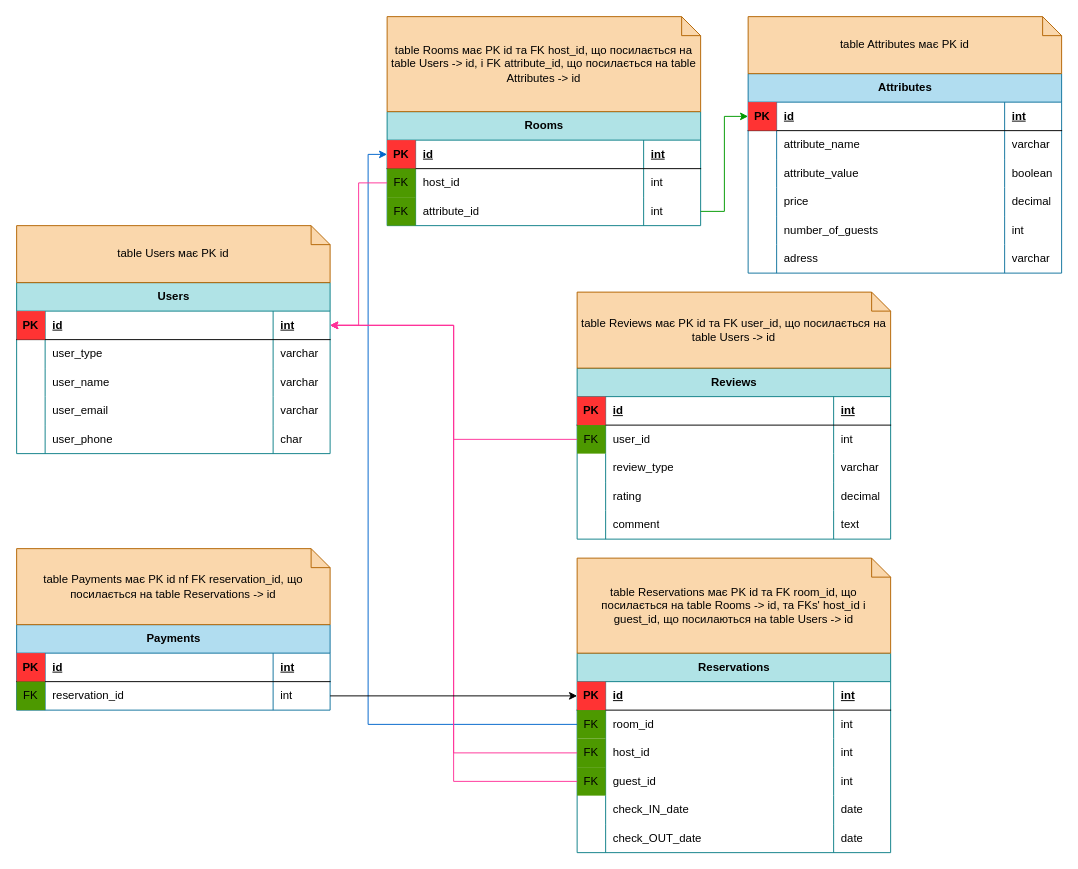
Olha-Zhernosek/projector_homeworks keeps this draw.io diagram as airbnb_diagram.drawio. Above is the earlier version. Source tidied: cells renumbered, new cells numbered last; positions are measured from the earlier drawing's top-left corner, leaving out a move shared by most shapes. Both pictures are drawn from the tidied source at 95%, with x=0, y=0 at pixel (16, 16).
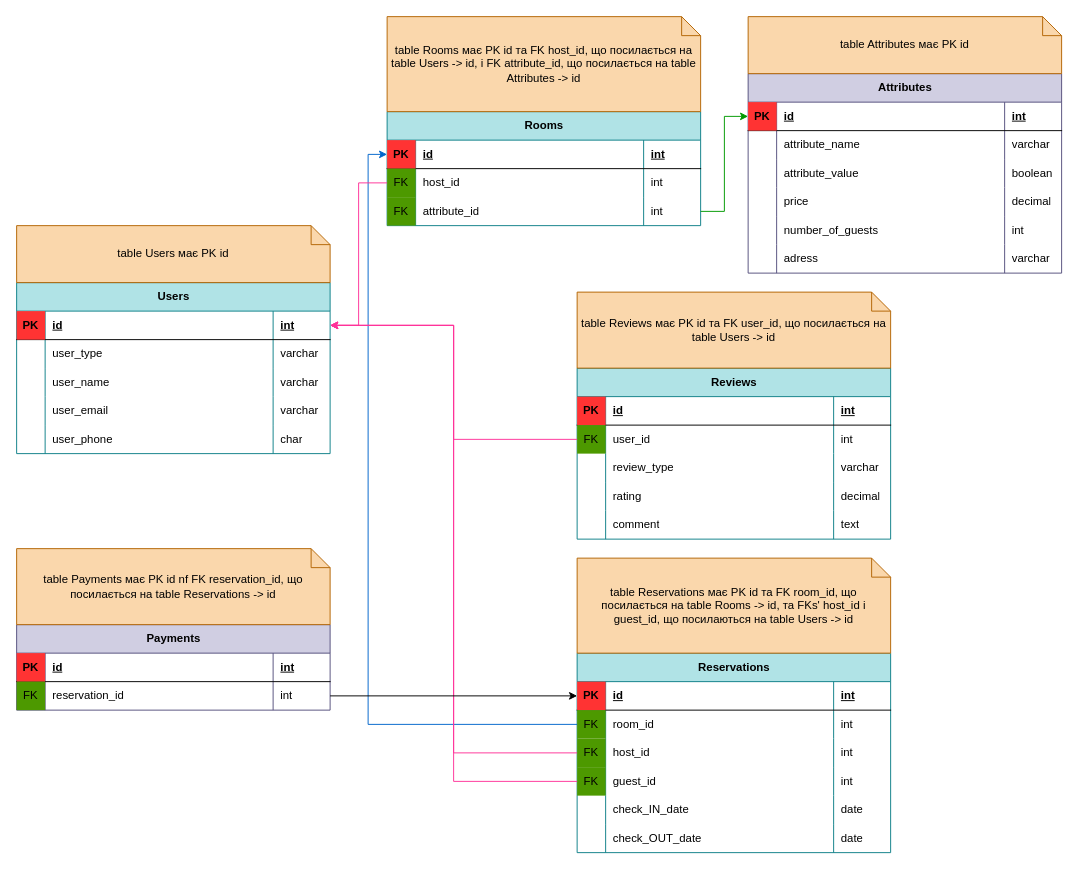
Above is the later version.

Diff of the diagram source:
```diff
@@
-    <mxCell id="82" value="Attributes" style="shape=table;startSize=30;childLayout=tableLayout;rowLines=0;fontStyle=1;align=center;html=1;fillColor=#b1ddf0;strokeColor=#10739e;" parent="1" vertex="1">
+    <mxCell id="82" value="Attributes" style="shape=table;startSize=30;childLayout=tableLayout;rowLines=0;fontStyle=1;align=center;html=1;fillColor=#d0cee2;strokeColor=#56517e;" parent="1" vertex="1">
       <mxGeometry x="770" y="60" width="330" height="210" as="geometry" />
     </mxCell>
@@
-    <mxCell id="113" value="Payments" style="shape=table;startSize=30;childLayout=tableLayout;rowLines=0;fontStyle=1;align=center;html=1;fillColor=#b1ddf0;strokeColor=#10739e;" parent="1" vertex="1">
+    <mxCell id="113" value="Payments" style="shape=table;startSize=30;childLayout=tableLayout;rowLines=0;fontStyle=1;align=center;html=1;fillColor=#d0cee2;strokeColor=#56517e;" parent="1" vertex="1">
       <mxGeometry y="640" width="330" height="90" as="geometry" />
     </mxCell>
```
